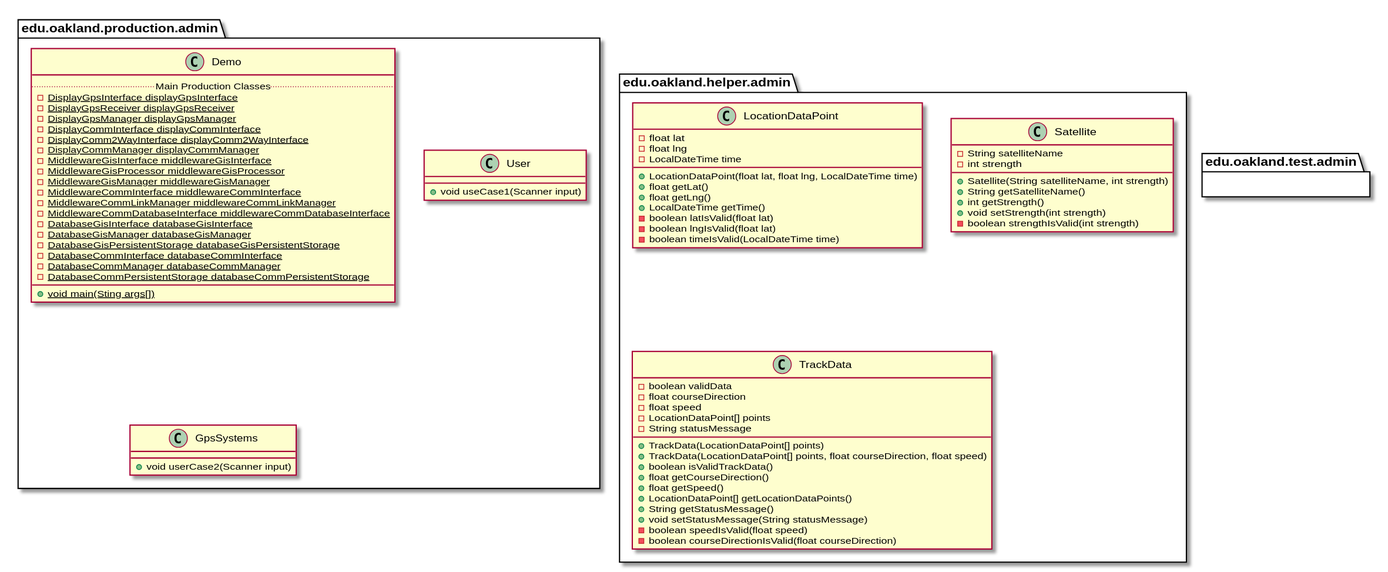
Earlier version of the PlantUML export docs/uml-class-diagrams/admin/AdminPackages.svg (andrewdimmer/csi-3370-software-project).
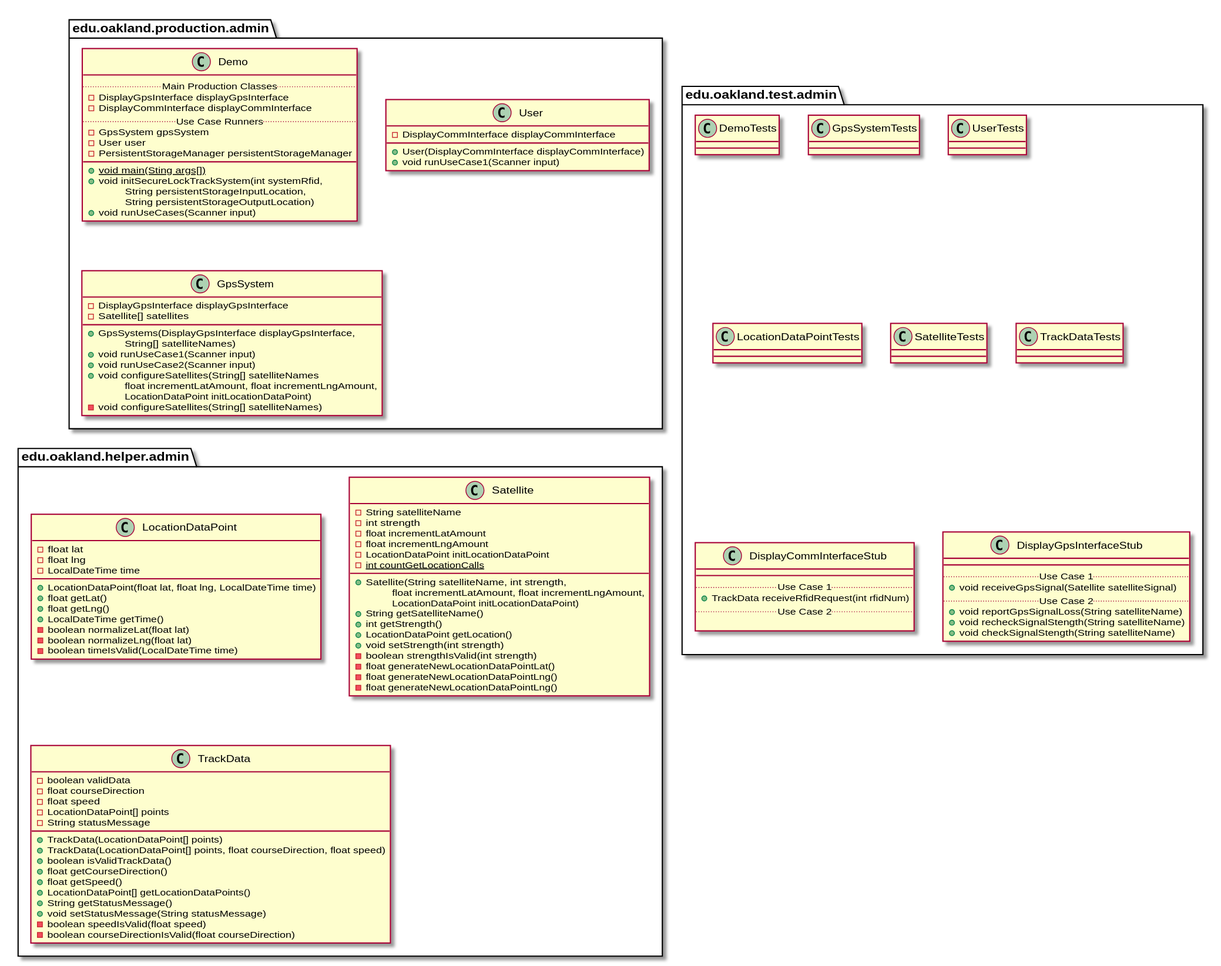
After the change.

The edit, as a diff of the source:
```diff
@@ -9,40 +9,44 @@
 package edu.oakland.production.admin {
     class Demo {
         .. Main Production Classes ..
-        {static} - DisplayGpsInterface displayGpsInterface
-        {static} - DisplayGpsReceiver displayGpsReceiver
-        {static} - DisplayGpsManager displayGpsManager
-        {static} - DisplayCommInterface displayCommInterface
-        {static} - DisplayComm2WayInterface displayComm2WayInterface
-        {static} - DisplayCommManager displayCommManager
-        {static} - MiddlewareGisInterface middlewareGisInterface
-        {static} - MiddlewareGisProcessor middlewareGisProcessor
-        {static} - MiddlewareGisManager middlewareGisManager
-        {static} - MiddlewareCommInterface middlewareCommInterface
-        {static} - MiddlewareCommLinkManager middlewareCommLinkManager
-        {static} - MiddlewareCommDatabaseInterface middlewareCommDatabaseInterface
-        {static} - DatabaseGisInterface databaseGisInterface
-        {static} - DatabaseGisManager databaseGisManager
-        {static} - DatabaseGisPersistentStorage databaseGisPersistentStorage
-        {static} - DatabaseCommInterface databaseCommInterface
-        {static} - DatabaseCommManager databaseCommManager
-        {static} - DatabaseCommPersistentStorage databaseCommPersistentStorage
+        - DisplayGpsInterface displayGpsInterface
+        - DisplayCommInterface displayCommInterface
+        .. Use Case Runners ..
+        - GpsSystem gpsSystem
+        - User user
+        - PersistentStorageManager persistentStorageManager
         __
         {static} + void main(Sting args[])
+        + void initSecureLockTrackSystem(int systemRfid,
+        \tString persistentStorageInputLocation,
+        \tString persistentStorageOutputLocation)
+        + void runUseCases(Scanner input)
     }
 }
 
 
 package edu.oakland.production.admin {
     class User {
-        + void useCase1(Scanner input)
+        - DisplayCommInterface displayCommInterface
+        + User(DisplayCommInterface displayCommInterface)
+        + void runUseCase1(Scanner input)
     }
 }
 
 
 package edu.oakland.production.admin {
-    class GpsSystems {
-        + void userCase2(Scanner input)
+    class GpsSystem {
+        - DisplayGpsInterface displayGpsInterface
+        - Satellite[] satellites
+        __
+        + GpsSystems(DisplayGpsInterface displayGpsInterface,
+        \tString[] satelliteNames)
+        + void runUseCase1(Scanner input)
+        + void runUseCase2(Scanner input)
+        + void configureSatellites(String[] satelliteNames
+        \tfloat incrementLatAmount, float incrementLngAmount,
+        \tLocationDataPoint initLocationDataPoint)
+        - void configureSatellites(String[] satelliteNames)
     }
 }
 
@@ -51,6 +55,73 @@
 package edu.oakland.test.admin {
 
 }
+
+
+package edu.oakland.test.admin {
+    class DemoTests {
+
+    }
+}
+
+
+package edu.oakland.test.admin {
+    class GpsSystemTests {
+
+    }
+}
+
+
+package edu.oakland.test.admin {
+    class UserTests {
+
+    }
+}
+
+
+package edu.oakland.test.admin {
+    class LocationDataPointTests {
+
+    }
+}
+
+
+package edu.oakland.test.admin {
+    class SatelliteTests {
+
+    }
+}
+
+
+package edu.oakland.test.admin {
+    class TrackDataTests {
+
+    }
+}
+
+
+package edu.oakland.test.admin {
+    class DisplayCommInterfaceStub {
+        __
+        .. Use Case 1 ..
+        + TrackData receiveRfidRequest(int rfidNum)
+        .. Use Case 2 ..
+
+    }
+}
+
+
+package edu.oakland.test.admin {
+    class DisplayGpsInterfaceStub {
+        __
+        .. Use Case 1 ..
+        + void receiveGpsSignal(Satellite satelliteSignal)
+        .. Use Case 2 ..
+        + void reportGpsSignalLoss(String satelliteName)
+        + void recheckSignalStength(String satelliteName)
+        + void checkSignalStength(String satelliteName)
+    }
+}
+
 
 
 package edu.oakland.helper.admin {
@@ -67,8 +138,8 @@
         + float getLat()
         + float getLng()
         + LocalDateTime getTime()
-        - boolean latIsValid(float lat)
-        - boolean lngIsValid(float lat)
+        - boolean normalizeLat(float lat)
+        - boolean normalizeLng(float lat)
         - boolean timeIsValid(LocalDateTime time)
     }
 }
@@ -78,11 +149,22 @@
     class Satellite {
         - String satelliteName
         - int strength
-        + Satellite(String satelliteName, int strength)
+        - float incrementLatAmount
+        - float incrementLngAmount
+        - LocationDataPoint initLocationDataPoint
+        {static} - int countGetLocationCalls
+        __
+        + Satellite(String satelliteName, int strength,
+        \tfloat incrementLatAmount, float incrementLngAmount,
+        \tLocationDataPoint initLocationDataPoint)
         + String getSatelliteName()
         + int getStrength()
+        + LocationDataPoint getLocation()
         + void setStrength(int strength)
         - boolean strengthIsValid(int strength)
+        - float generateNewLocationDataPointLat()
+        - float generateNewLocationDataPointLng()
+        - float generateNewLocationDataPointLng()
     }
 }
 
```
